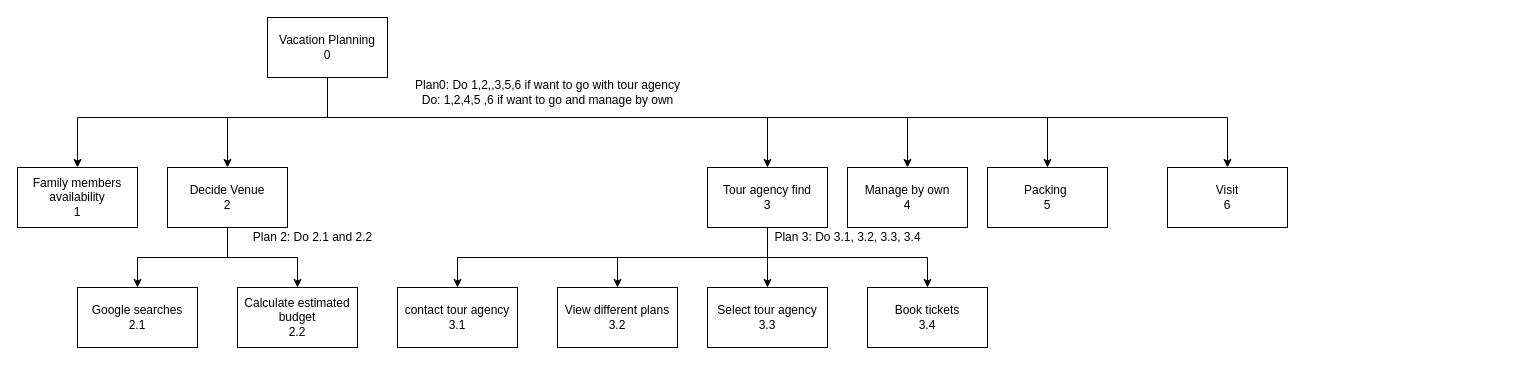
The draw.io diagram hci.drawio in HaseebSheikh417/haseebsheikh417, before the edit. Source tidied: cells renumbered, new cells numbered last; positions are measured from the earlier drawing's top-left corner, leaving out a move shared by most shapes. Both pictures are drawn from the tidied source at 100%, with x=0, y=0 at pixel (17, 17).
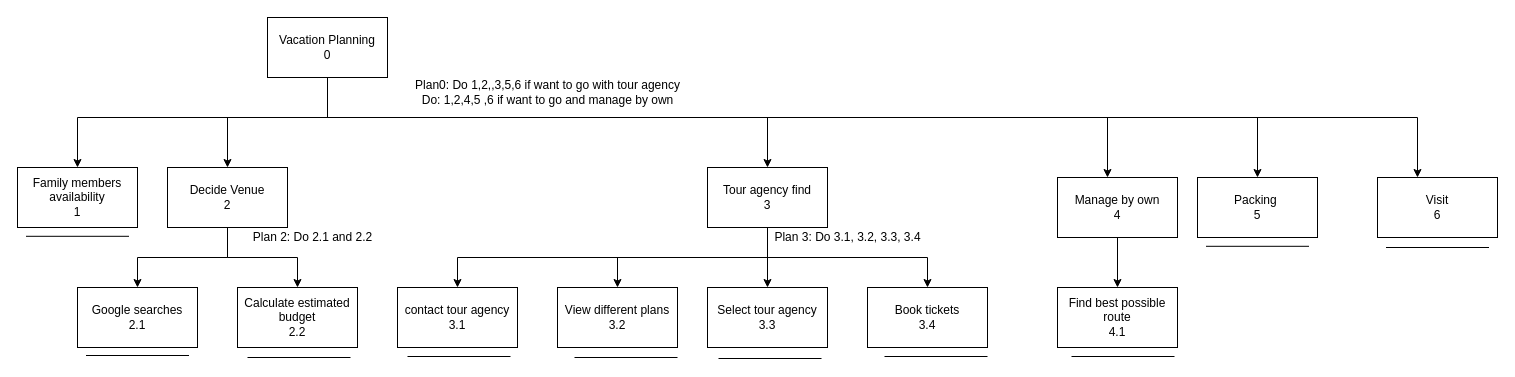
The same page after the edit.

The change refers to these unchanged cells:
```xml
<mxCell id="8" value="Vacation Planning&lt;br&gt;0" style="rounded=0;whiteSpace=wrap;html=1;" parent="1" vertex="1">
  <mxGeometry x="250" width="120" height="60" as="geometry" />
</mxCell>
```

What changed in the source:
```diff
@@
     <mxCell id="5" style="edgeStyle=orthogonalEdgeStyle;rounded=0;jettySize=auto;html=1;" parent="1" edge="1" source="8" target="24">
       <mxGeometry relative="1" as="geometry">
         <Array as="points">
           <mxPoint x="310" y="100" />
-          <mxPoint x="1030" y="100" />
+          <mxPoint x="1240" y="100" />
         </Array>
       </mxGeometry>
     </mxCell>
     <mxCell id="6" style="edgeStyle=orthogonalEdgeStyle;rounded=0;jettySize=auto;html=1;" parent="1" edge="1" source="8" target="25">
       <mxGeometry relative="1" as="geometry">
         <Array as="points">
           <mxPoint x="310" y="100" />
-          <mxPoint x="1210" y="100" />
+          <mxPoint x="1400" y="100" />
         </Array>
       </mxGeometry>
     </mxCell>
     <mxCell id="7" style="edgeStyle=orthogonalEdgeStyle;rounded=0;jettySize=auto;html=1;" parent="1" edge="1" source="8" target="29">
       <mxGeometry relative="1" as="geometry">
         <Array as="points">
           <mxPoint x="310" y="100" />
-          <mxPoint x="890" y="100" />
+          <mxPoint x="1090" y="100" />
         </Array>
       </mxGeometry>
     </mxCell>
@@
     <mxCell id="24" value="Packing&amp;nbsp;&lt;br&gt;5" style="rounded=0;whiteSpace=wrap;html=1;" parent="1" vertex="1">
-      <mxGeometry x="970" y="150" width="120" height="60" as="geometry" />
+      <mxGeometry x="1180" y="160" width="120" height="60" as="geometry" />
     </mxCell>
     <mxCell id="25" value="Visit&lt;br&gt;6" style="rounded=0;whiteSpace=wrap;html=1;" parent="1" vertex="1">
-      <mxGeometry x="1150" y="150" width="120" height="60" as="geometry" />
+      <mxGeometry x="1360" y="160" width="120" height="60" as="geometry" />
     </mxCell>
@@
+    <mxCell id="30" style="edgeStyle=orthogonalEdgeStyle;rounded=0;jettySize=auto;html=1;entryX=0.5;entryY=0;entryDx=0;entryDy=0;" parent="1" edge="1" source="29" target="31">
+      <mxGeometry relative="1" as="geometry" />
+    </mxCell>
     <mxCell id="29" value="Manage by own&lt;br&gt;4" style="rounded=0;whiteSpace=wrap;html=1;" parent="1" vertex="1">
-      <mxGeometry x="830" y="150" width="120" height="60" as="geometry" />
+      <mxGeometry x="1040" y="160" width="120" height="60" as="geometry" />
     </mxCell>
+    <mxCell id="31" value="Find best possible route&lt;br&gt;4.1" style="rounded=0;whiteSpace=wrap;html=1;" parent="1" vertex="1">
+      <mxGeometry x="1040" y="270" width="120" height="60" as="geometry" />
+    </mxCell>
+    <mxCell id="32" style="endArrow=none;html=1;" parent="1" edge="1">
+      <mxGeometry relative="1" as="geometry">
+        <mxPoint x="8.5" y="218.8" as="sourcePoint" />
+        <mxPoint x="111.5" y="218.8" as="targetPoint" />
+      </mxGeometry>
+    </mxCell>
+    <mxCell id="33" style="endArrow=none;html=1;" parent="1" edge="1">
+      <mxGeometry relative="1" as="geometry">
+        <mxPoint x="1188.5" y="228.8" as="sourcePoint" />
+        <mxPoint x="1291.5" y="228.8" as="targetPoint" />
+      </mxGeometry>
+    </mxCell>
+    <mxCell id="34" style="endArrow=none;html=1;" parent="1" edge="1">
+      <mxGeometry relative="1" as="geometry">
+        <mxPoint x="1368.5" y="230" as="sourcePoint" />
+        <mxPoint x="1471.5" y="230" as="targetPoint" />
+      </mxGeometry>
+    </mxCell>
+    <mxCell id="35" style="endArrow=none;html=1;" parent="1" edge="1">
+      <mxGeometry relative="1" as="geometry">
+        <mxPoint x="68.5" y="338" as="sourcePoint" />
+        <mxPoint x="171.5" y="338" as="targetPoint" />
+      </mxGeometry>
+    </mxCell>
+    <mxCell id="36" style="endArrow=none;html=1;" parent="1" edge="1">
+      <mxGeometry relative="1" as="geometry">
+        <mxPoint x="230" y="340" as="sourcePoint" />
+        <mxPoint x="333" y="340" as="targetPoint" />
+      </mxGeometry>
+    </mxCell>
+    <mxCell id="37" style="endArrow=none;html=1;" parent="1" edge="1">
+      <mxGeometry relative="1" as="geometry">
+        <mxPoint x="390" y="339" as="sourcePoint" />
+        <mxPoint x="493" y="339" as="targetPoint" />
+      </mxGeometry>
+    </mxCell>
+    <mxCell id="38" style="endArrow=none;html=1;" parent="1" edge="1">
+      <mxGeometry relative="1" as="geometry">
+        <mxPoint x="557" y="340" as="sourcePoint" />
+        <mxPoint x="660" y="340" as="targetPoint" />
+      </mxGeometry>
+    </mxCell>
+    <mxCell id="39" style="endArrow=none;html=1;" parent="1" edge="1">
+      <mxGeometry relative="1" as="geometry">
+        <mxPoint x="701" y="341" as="sourcePoint" />
+        <mxPoint x="804" y="341" as="targetPoint" />
+      </mxGeometry>
+    </mxCell>
+    <mxCell id="40" style="endArrow=none;html=1;" parent="1" edge="1">
+      <mxGeometry relative="1" as="geometry">
+        <mxPoint x="867" y="339" as="sourcePoint" />
+        <mxPoint x="970" y="339" as="targetPoint" />
+      </mxGeometry>
+    </mxCell>
+    <mxCell id="41" style="endArrow=none;html=1;" parent="1" edge="1">
+      <mxGeometry relative="1" as="geometry">
+        <mxPoint x="1054" y="339" as="sourcePoint" />
+        <mxPoint x="1157" y="339" as="targetPoint" />
+      </mxGeometry>
+    </mxCell>
```
